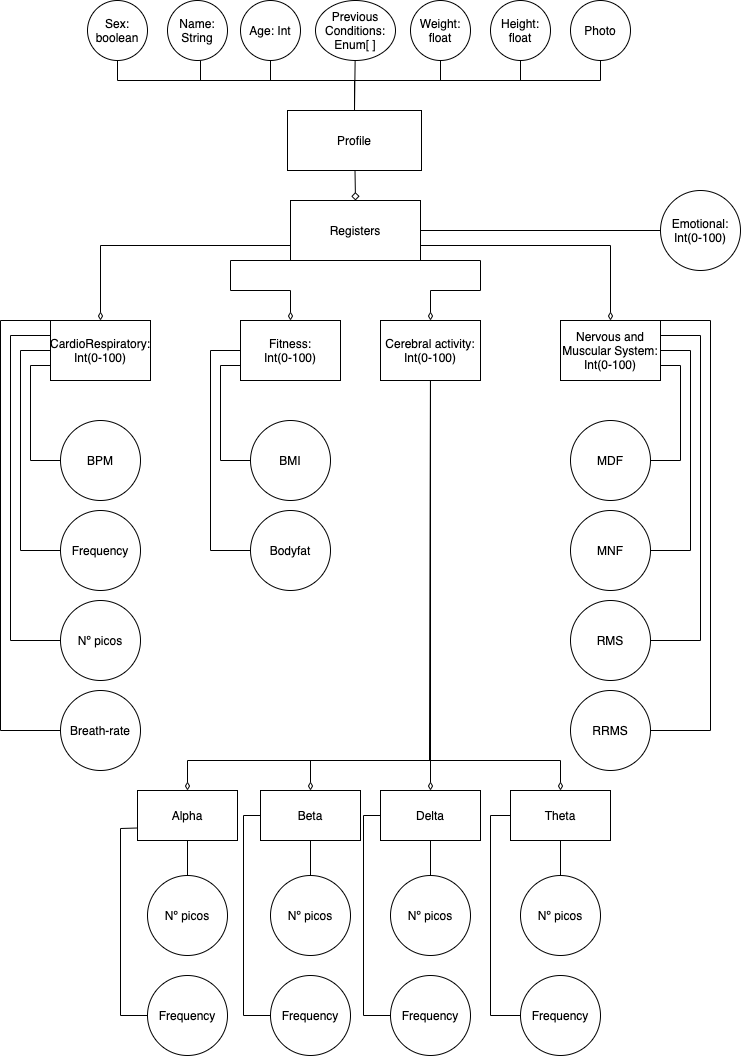
Earlier version of the draw.io export files/domain/domain.png (miquelroq/CHECKapp). Source tidied: cells renumbered, new cells last; positions are measured from the earlier drawing's top-left corner, leaving out a move shared by most shapes.
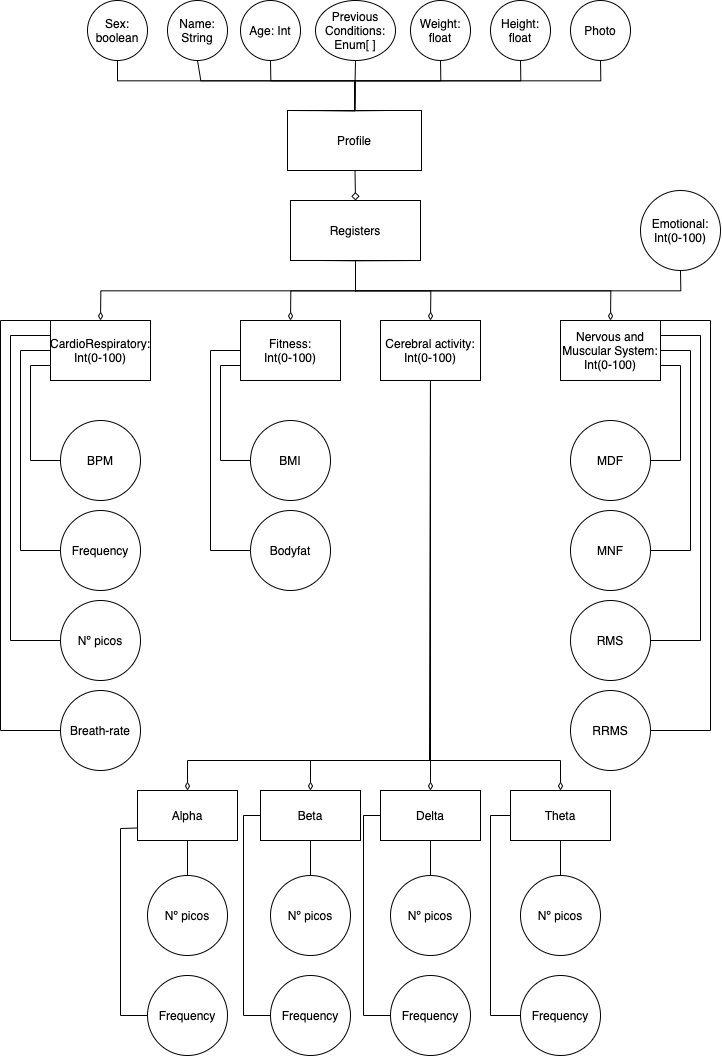
After the commit.

Diff of the diagram source:
```diff
@@ -82,37 +82,44 @@
     <mxCell id="16" value="Previous Conditions:&lt;br&gt;Enum[ ]" style="ellipse;whiteSpace=wrap;html=1;" parent="1" vertex="1">
       <mxGeometry x="315" width="80" height="60" as="geometry" />
     </mxCell>
-    <mxCell id="17" style="edgeStyle=none;rounded=0;jettySize=auto;html=1;entryX=0.5;entryY=0;entryDx=0;entryDy=0;endArrow=diamondThin;endFill=0;exitX=0;exitY=0.75;exitDx=0;exitDy=0;" parent="1" edge="1" source="22" target="27">
+    <mxCell id="17" style="edgeStyle=orthogonalEdgeStyle;rounded=0;jettySize=auto;html=1;entryX=0.5;entryY=0;entryDx=0;entryDy=0;endArrow=diamondThin;endFill=0;exitX=0.5;exitY=1;exitDx=0;exitDy=0;" parent="1" edge="1" source="22" target="27">
       <mxGeometry relative="1" as="geometry">
         <Array as="points">
-          <mxPoint x="100" y="245" />
+          <mxPoint x="355" y="290" />
+          <mxPoint x="100" y="290" />
         </Array>
       </mxGeometry>
     </mxCell>
-    <mxCell id="18" style="edgeStyle=none;rounded=0;jettySize=auto;html=1;entryX=0;entryY=0.5;entryDx=0;entryDy=0;endArrow=none;endFill=0;exitX=1;exitY=0.5;exitDx=0;exitDy=0;exitPerimeter=0;" parent="1" edge="1" source="22" target="46">
-      <mxGeometry relative="1" as="geometry" />
+    <mxCell id="18" style="edgeStyle=orthogonalEdgeStyle;rounded=0;jettySize=auto;html=1;entryX=0.5;entryY=1;entryDx=0;entryDy=0;endArrow=none;endFill=0;exitX=0.5;exitY=1;exitDx=0;exitDy=0;" parent="1" edge="1" source="22" target="46">
+      <mxGeometry relative="1" as="geometry">
+        <Array as="points">
+          <mxPoint x="355" y="290" />
+          <mxPoint x="680" y="290" />
+        </Array>
+      </mxGeometry>
     </mxCell>
-    <mxCell id="19" style="edgeStyle=none;rounded=0;jettySize=auto;html=1;entryX=0.5;entryY=0;entryDx=0;entryDy=0;endArrow=diamondThin;endFill=0;exitX=1;exitY=1;exitDx=0;exitDy=0;" parent="1" edge="1" source="22" target="32">
+    <mxCell id="19" style="edgeStyle=orthogonalEdgeStyle;rounded=0;jettySize=auto;html=1;entryX=0.5;entryY=0;entryDx=0;entryDy=0;endArrow=diamondThin;endFill=0;exitX=1;exitY=1;exitDx=0;exitDy=0;" parent="1" edge="1" source="22" target="32">
       <mxGeometry relative="1" as="geometry">
         <Array as="points">
-          <mxPoint x="480" y="260" />
-          <mxPoint x="480" y="290" />
+          <mxPoint x="355" y="260" />
+          <mxPoint x="355" y="290" />
           <mxPoint x="430" y="290" />
         </Array>
       </mxGeometry>
     </mxCell>
-    <mxCell id="20" style="edgeStyle=none;rounded=0;jettySize=auto;html=1;entryX=0.5;entryY=0;entryDx=0;entryDy=0;endArrow=diamondThin;endFill=0;exitX=1;exitY=0.75;exitDx=0;exitDy=0;" parent="1" edge="1" source="22" target="37">
+    <mxCell id="20" style="edgeStyle=orthogonalEdgeStyle;rounded=0;jettySize=auto;html=1;entryX=0.5;entryY=0;entryDx=0;entryDy=0;endArrow=diamondThin;endFill=0;exitX=0.5;exitY=1;exitDx=0;exitDy=0;" parent="1" edge="1" source="22" target="37">
       <mxGeometry relative="1" as="geometry">
         <Array as="points">
-          <mxPoint x="610" y="245" />
+          <mxPoint x="355" y="290" />
+          <mxPoint x="610" y="290" />
         </Array>
       </mxGeometry>
     </mxCell>
-    <mxCell id="21" style="edgeStyle=none;rounded=0;jettySize=auto;html=1;entryX=0.5;entryY=0;entryDx=0;entryDy=0;endArrow=diamondThin;endFill=0;exitX=0.25;exitY=1;exitDx=0;exitDy=0;" parent="1" edge="1" source="22" target="40">
+    <mxCell id="21" style="edgeStyle=orthogonalEdgeStyle;rounded=0;jettySize=auto;html=1;entryX=0.5;entryY=0;entryDx=0;entryDy=0;endArrow=diamondThin;endFill=0;exitX=0.25;exitY=1;exitDx=0;exitDy=0;" parent="1" edge="1" source="22" target="40">
       <mxGeometry relative="1" as="geometry">
         <Array as="points">
-          <mxPoint x="230" y="260" />
-          <mxPoint x="230" y="290" />
+          <mxPoint x="355" y="260" />
+          <mxPoint x="355" y="290" />
           <mxPoint x="290" y="290" />
         </Array>
       </mxGeometry>
@@ -263,7 +270,7 @@
       <mxGeometry x="60" y="600" width="80" height="80" as="geometry" />
     </mxCell>
     <mxCell id="46" value="Emotional: Int(0-100)" style="ellipse;whiteSpace=wrap;html=1;" parent="1" vertex="1">
-      <mxGeometry x="660" y="190" width="80" height="80" as="geometry" />
+      <mxGeometry x="640" y="190" width="80" height="80" as="geometry" />
     </mxCell>
     <mxCell id="47" value="Breath-rate" style="ellipse;whiteSpace=wrap;html=1;" parent="1" vertex="1">
       <mxGeometry x="60" y="690" width="80" height="80" as="geometry" />
```
